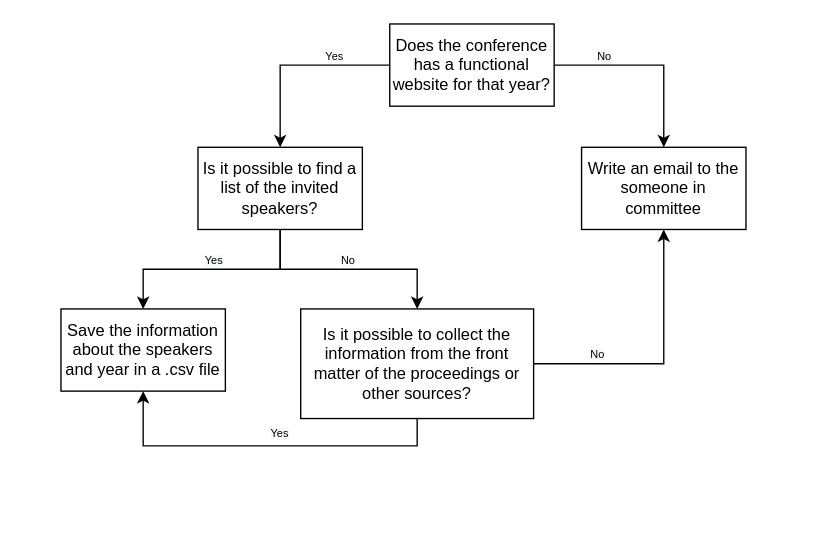
mariespedersen/Thesis_github keeps this draw.io diagram as Untitled Diagram.drawio. Above is the earlier version. Source tidied: cells renumbered, new cells numbered last; positions are measured from the earlier drawing's top-left corner, leaving out a move shared by most shapes. Both pictures are drawn from the tidied source at 137%, with x=0, y=0 at pixel (60, 23).
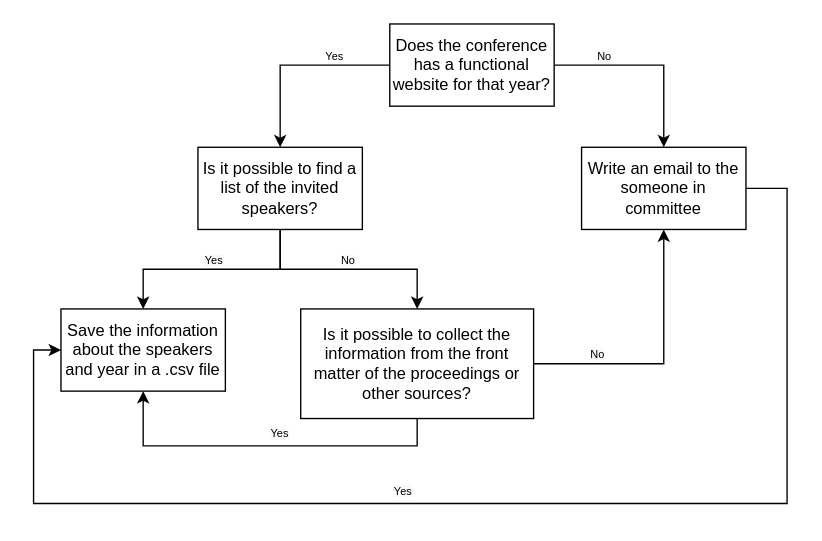
The same diagram, later.

Commit message:
added a line from email box.drawio

Unchanged cells that the change refers to:
```xml
<mxCell id="8" value="Write an email to the someone in committee" style="rounded=0;whiteSpace=wrap;html=1;" parent="1" vertex="1">
  <mxGeometry x="380" y="90" width="120" height="60" as="geometry" />
</mxCell>
<mxCell id="9" value="Save the information about the speakers and year in a .csv file" style="rounded=0;whiteSpace=wrap;html=1;" parent="1" vertex="1">
  <mxGeometry y="208" width="120" height="60" as="geometry" />
</mxCell>
```

The edit, as a diff of the source:
```diff
@@
+    <mxCell id="19" style="edgeStyle=orthogonalEdgeStyle;rounded=0;jettySize=auto;html=1;entryX=0;entryY=0.5;entryDx=0;entryDy=0;" parent="1" edge="1" source="8" target="9">
+      <mxGeometry relative="1" as="geometry">
+        <Array as="points">
+          <mxPoint x="530" y="120" />
+          <mxPoint x="530" y="350" />
+          <mxPoint x="-20" y="350" />
+          <mxPoint x="-20" y="238" />
+        </Array>
+      </mxGeometry>
+    </mxCell>
@@
+    <mxCell id="20" value="&lt;span style=&quot;color: rgb(0, 0, 0); font-family: helvetica; font-size: 8px; font-style: normal; font-weight: 400; letter-spacing: normal; text-indent: 0px; text-transform: none; word-spacing: 0px; background-color: rgb(248, 249, 250); display: inline; float: none;&quot;&gt;Yes&lt;/span&gt;" style="text;whiteSpace=wrap;html=1;fontSize=8;align=center;" parent="1" vertex="1">
+      <mxGeometry x="230" y="330" width="40" height="30" as="geometry" />
+    </mxCell>
```
